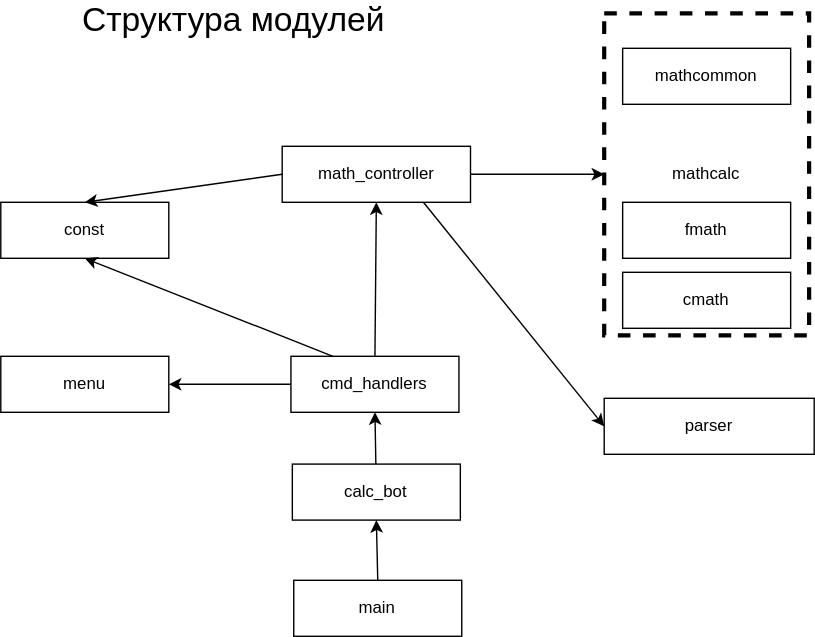
Before: modules.drawio.svg, a diagram exported from draw.io (igor-rodin/TickTackToeBot). Source tidied: cells renumbered, new cells last; positions are measured from the earlier drawing's top-left corner, leaving out a move shared by most shapes.
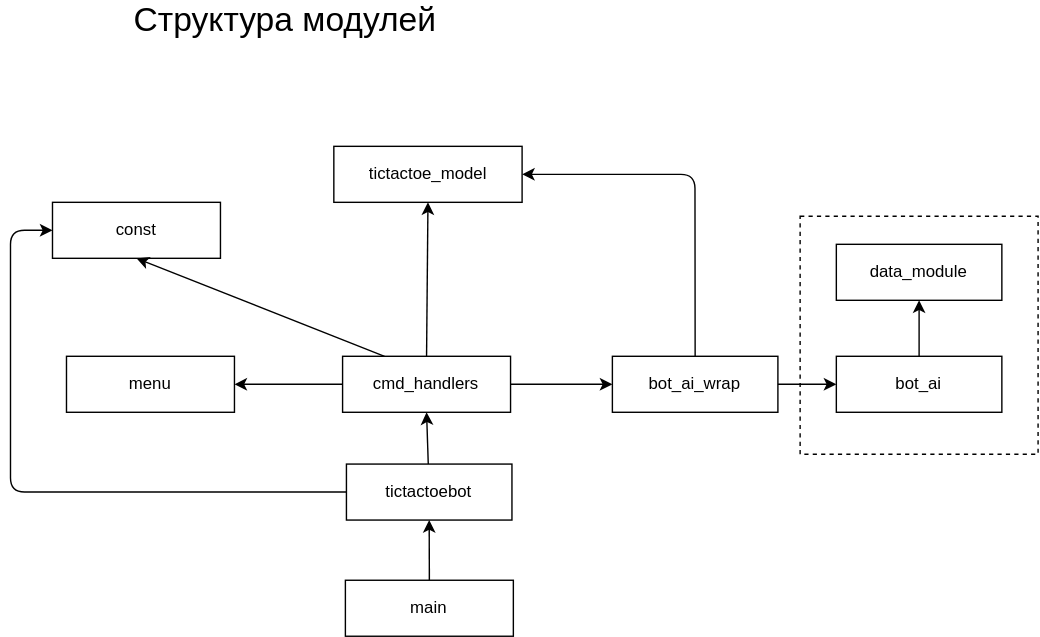
After the change.

The edit, as a diff of the source:
```diff
@@ -5,16 +5,7 @@
     <mxCell id="2" value="const" style="rounded=0;whiteSpace=wrap;html=1;" parent="1" vertex="1">
       <mxGeometry y="140" width="120" height="40" as="geometry" />
     </mxCell>
-    <mxCell id="3" style="edgeStyle=none;html=1;entryX=0;entryY=0.5;entryDx=0;entryDy=0;" parent="1" edge="1" source="6" target="11">
-      <mxGeometry relative="1" as="geometry" />
-    </mxCell>
-    <mxCell id="4" style="edgeStyle=none;html=1;exitX=0;exitY=0.5;exitDx=0;exitDy=0;entryX=0.5;entryY=0;entryDx=0;entryDy=0;" parent="1" edge="1" source="6" target="2">
-      <mxGeometry relative="1" as="geometry" />
-    </mxCell>
-    <mxCell id="5" style="edgeStyle=none;html=1;exitX=0.75;exitY=1;exitDx=0;exitDy=0;entryX=0;entryY=0.5;entryDx=0;entryDy=0;" parent="1" edge="1" source="6" target="22">
-      <mxGeometry relative="1" as="geometry" />
-    </mxCell>
-    <mxCell id="6" value="math_controller" style="rounded=0;whiteSpace=wrap;html=1;" parent="1" vertex="1">
+    <mxCell id="6" value="tictactoe_model" style="rounded=0;whiteSpace=wrap;html=1;" parent="1" vertex="1">
       <mxGeometry x="201" y="100" width="134.5" height="40" as="geometry" />
     </mxCell>
     <mxCell id="7" style="edgeStyle=none;html=1;exitX=0.5;exitY=0;exitDx=0;exitDy=0;entryX=0.5;entryY=1;entryDx=0;entryDy=0;" parent="1" edge="1" source="8" target="16">
@@ -26,26 +17,20 @@
     <mxCell id="9" value="&lt;font style=&quot;font-size: 24px&quot;&gt;Структура модулей&lt;/font&gt;" style="text;html=1;align=center;verticalAlign=middle;fillColor=none;strokeColor=none;rounded=0;dashed=1;" parent="1" vertex="1">
       <mxGeometry x="51" width="230" height="20" as="geometry" />
     </mxCell>
-    <mxCell id="10" style="group;" parent="1" vertex="1">
-      <mxGeometry x="431" y="5" width="146.4" height="230" as="geometry" />
-    </mxCell>
-    <mxCell id="11" value="mathcalc" style="rounded=0;whiteSpace=wrap;html=1;fillColor=none;dashed=1;strokeWidth=3;" parent="10" vertex="1">
-      <mxGeometry width="146.4" height="230" as="geometry" />
-    </mxCell>
-    <mxCell id="12" value="cmath" style="rounded=0;whiteSpace=wrap;html=1;" parent="10" vertex="1">
-      <mxGeometry x="13.2" y="185" width="120" height="40" as="geometry" />
-    </mxCell>
-    <mxCell id="13" value="fmath" style="rounded=0;whiteSpace=wrap;html=1;" parent="10" vertex="1">
-      <mxGeometry x="13.2" y="135" width="120" height="40" as="geometry" />
-    </mxCell>
-    <mxCell id="14" value="mathcommon" style="rounded=0;whiteSpace=wrap;html=1;" parent="10" vertex="1">
-      <mxGeometry x="13.2" y="25" width="120" height="40" as="geometry" />
-    </mxCell>
     <mxCell id="15" style="edgeStyle=none;html=1;entryX=0.5;entryY=1;entryDx=0;entryDy=0;" parent="1" edge="1" source="16" target="20">
       <mxGeometry relative="1" as="geometry" />
     </mxCell>
+    <mxCell id="23" style="edgeStyle=none;html=1;entryX=0;entryY=0.5;entryDx=0;entryDy=0;" parent="1" edge="1" source="16" target="2">
+      <mxGeometry relative="1" as="geometry">
+        <Array as="points">
+          <mxPoint x="-30" y="347" />
+          <mxPoint x="-30" y="260" />
+          <mxPoint x="-30" y="160" />
+        </Array>
+      </mxGeometry>
+    </mxCell>
-    <mxCell id="16" value="calc_bot" style="rounded=0;whiteSpace=wrap;html=1;" parent="1" vertex="1">
-      <mxGeometry x="208.2" y="327" width="120" height="40" as="geometry" />
+    <mxCell id="16" value="tictactoebot" style="rounded=0;whiteSpace=wrap;html=1;" parent="1" vertex="1">
+      <mxGeometry x="210" y="327" width="118.2" height="40" as="geometry" />
     </mxCell>
     <mxCell id="17" style="edgeStyle=none;html=1;exitX=0.5;exitY=0;exitDx=0;exitDy=0;entryX=0.5;entryY=1;entryDx=0;entryDy=0;" parent="1" edge="1" source="20" target="6">
       <mxGeometry relative="1" as="geometry" />
@@ -56,14 +41,39 @@
     <mxCell id="19" style="edgeStyle=none;html=1;exitX=0;exitY=0.5;exitDx=0;exitDy=0;entryX=1;entryY=0.5;entryDx=0;entryDy=0;" parent="1" edge="1" source="20" target="21">
       <mxGeometry relative="1" as="geometry" />
     </mxCell>
+    <mxCell id="24" style="edgeStyle=none;html=1;" parent="1" edge="1" source="20" target="26">
+      <mxGeometry relative="1" as="geometry" />
+    </mxCell>
     <mxCell id="20" value="cmd_handlers" style="rounded=0;whiteSpace=wrap;html=1;" parent="1" vertex="1">
       <mxGeometry x="207.2" y="250" width="120" height="40" as="geometry" />
     </mxCell>
     <mxCell id="21" value="menu" style="rounded=0;whiteSpace=wrap;html=1;" parent="1" vertex="1">
-      <mxGeometry y="250" width="120" height="40" as="geometry" />
+      <mxGeometry x="10" y="250" width="120" height="40" as="geometry" />
     </mxCell>
-    <mxCell id="22" value="parser" style="rounded=0;whiteSpace=wrap;html=1;" parent="1" vertex="1">
-      <mxGeometry x="431" y="280" width="150" height="40" as="geometry" />
-    </mxCell>
+    <mxCell id="25" style="edgeStyle=none;html=1;exitX=0.5;exitY=0;exitDx=0;exitDy=0;entryX=1;entryY=0.5;entryDx=0;entryDy=0;" parent="1" edge="1" source="26" target="6">
+      <mxGeometry relative="1" as="geometry">
+        <Array as="points">
+          <mxPoint x="459" y="120" />
+        </Array>
+      </mxGeometry>
+    </mxCell>
+    <mxCell id="26" value="bot_ai_wrap" style="rounded=0;whiteSpace=wrap;html=1;" parent="1" vertex="1">
+      <mxGeometry x="400" y="250" width="118.2" height="40" as="geometry" />
+    </mxCell>
+    <mxCell id="27" style="whiteSpace=wrap;html=1;strokeWidth=1;dashed=1;" parent="1" vertex="1">
+      <mxGeometry x="534.1" y="150" width="170" height="170" as="geometry" />
+    </mxCell>
+    <mxCell id="28" style="edgeStyle=none;html=1;entryX=0;entryY=0.5;entryDx=0;entryDy=0;" parent="1" edge="1" source="26" target="30">
+      <mxGeometry relative="1" as="geometry" />
+    </mxCell>
+    <mxCell id="29" style="edgeStyle=none;html=1;entryX=0.5;entryY=1;entryDx=0;entryDy=0;" parent="1" edge="1" source="30" target="31">
+      <mxGeometry relative="1" as="geometry" />
+    </mxCell>
+    <mxCell id="30" value="bot_ai" style="rounded=0;whiteSpace=wrap;html=1;" parent="1" vertex="1">
+      <mxGeometry x="560" y="250" width="118.2" height="40" as="geometry" />
+    </mxCell>
+    <mxCell id="31" value="data_module" style="rounded=0;whiteSpace=wrap;html=1;" parent="1" vertex="1">
+      <mxGeometry x="560" y="170" width="118.2" height="40" as="geometry" />
+    </mxCell>
   </root>
 </mxGraphModel>
```
